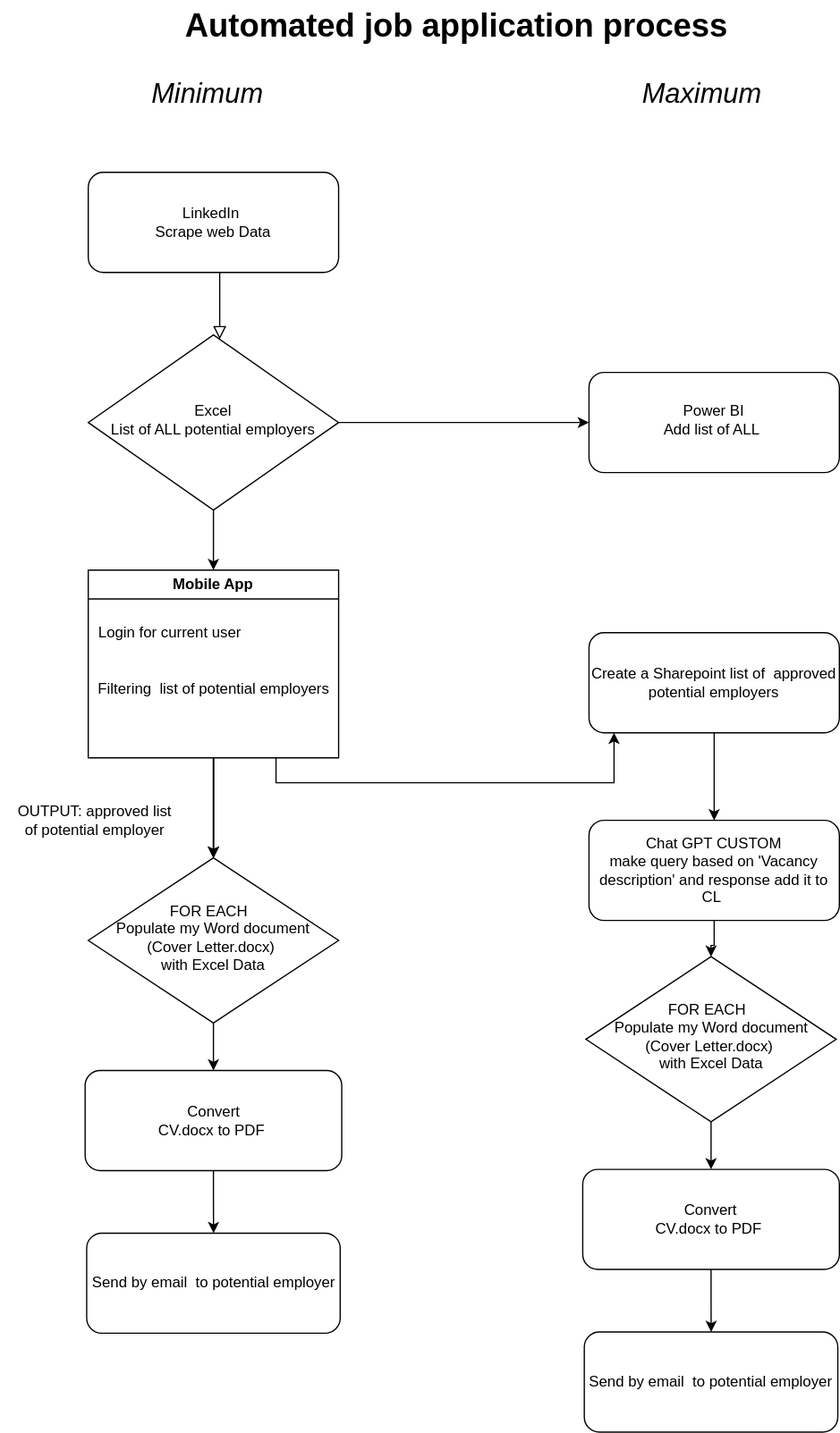
Rudakop/Smart-Job-Applying- keeps this draw.io diagram as Automated job application process.drawio.svg. Above is the earlier version. Source tidied: cells renumbered, new cells last; positions are measured from the earlier drawing's top-left corner, leaving out a move shared by most shapes.
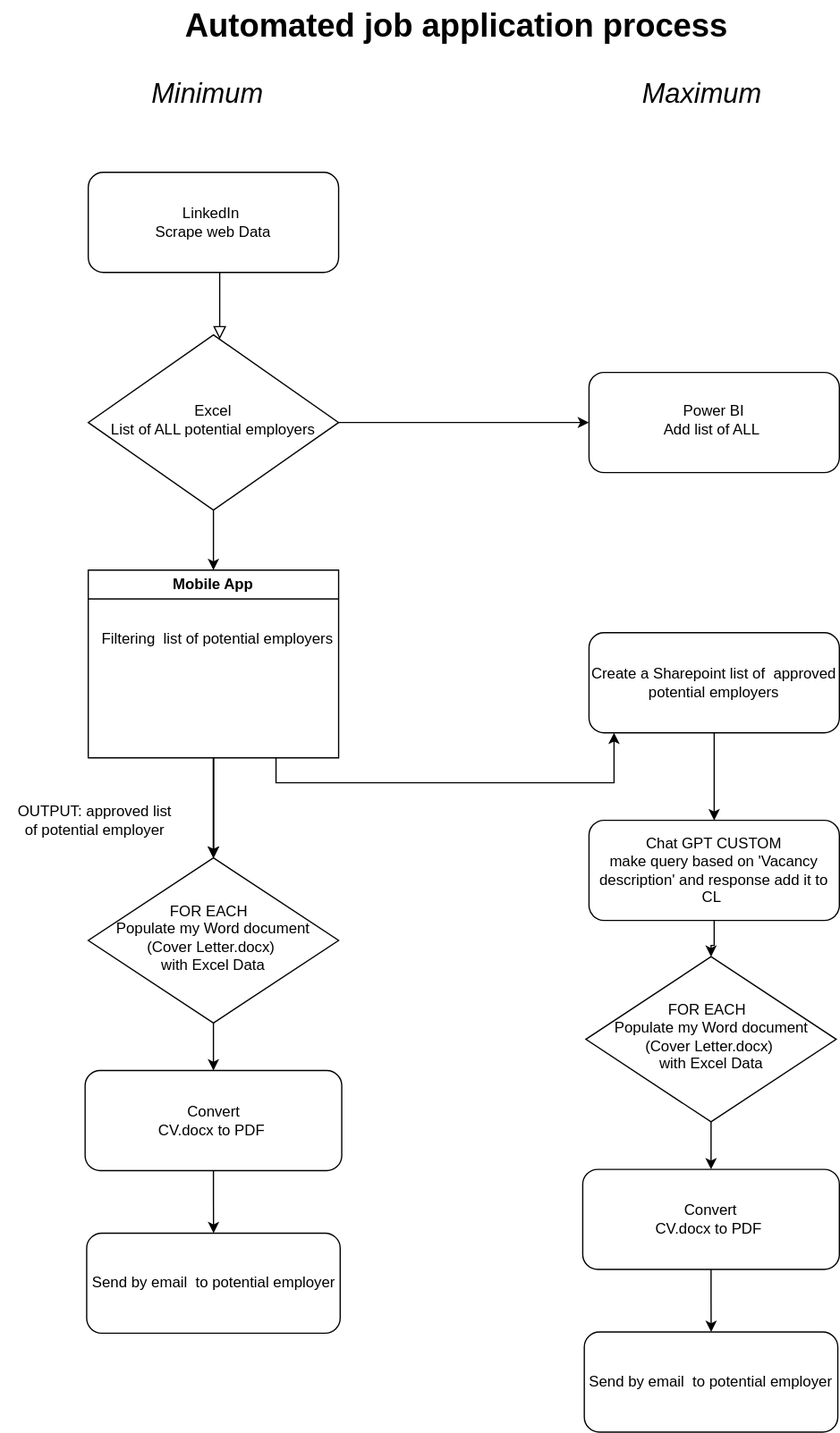
After the commit.

What changed in the source:
```diff
@@ -68,11 +68,8 @@
     <mxCell id="18" value="Mobile App" style="swimlane;whiteSpace=wrap;html=1;" parent="1" vertex="1">
       <mxGeometry x="70" y="455" width="200" height="150" as="geometry" />
     </mxCell>
-    <mxCell id="19" value="Login for current user" style="text;html=1;align=center;verticalAlign=middle;strokeColor=none;fillColor=none;" parent="18" vertex="1">
-      <mxGeometry x="-5" y="35" width="140" height="30" as="geometry" />
-    </mxCell>
     <mxCell id="20" value="Filtering&amp;nbsp; list of potential employers" style="text;html=1;align=center;verticalAlign=middle;strokeColor=none;fillColor=none;" parent="18" vertex="1">
-      <mxGeometry x="-5" y="80" width="210" height="30" as="geometry" />
+      <mxGeometry x="-2.5" y="40" width="210" height="30" as="geometry" />
     </mxCell>
     <mxCell id="21" value="OUTPUT: approved list &lt;br&gt;of potential employer" style="text;html=1;align=center;verticalAlign=middle;strokeColor=none;fillColor=none;" parent="1" vertex="1">
       <mxGeometry y="635" width="150" height="40" as="geometry" />
```
